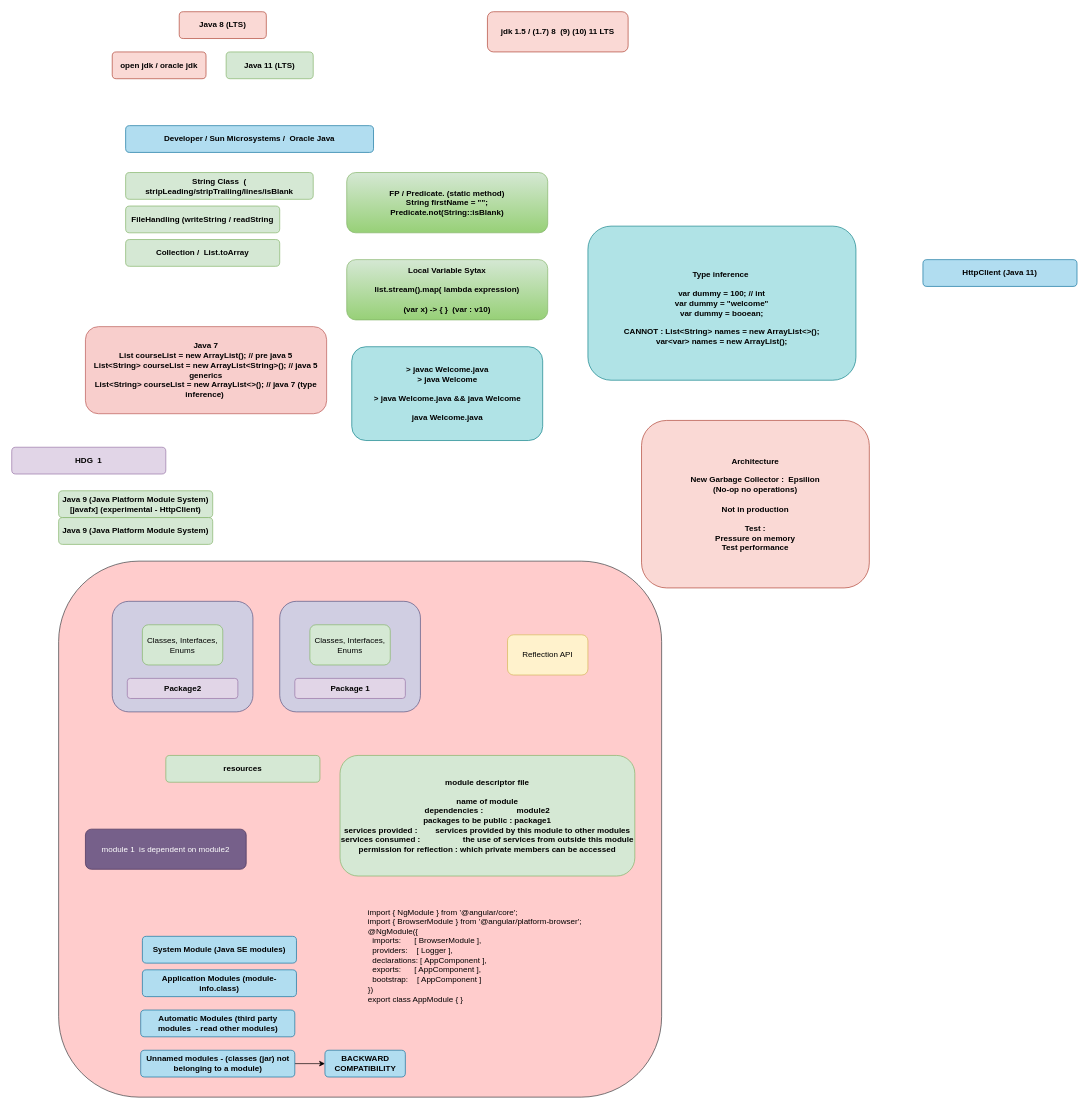
nathub071122/natGIT keeps this draw.io diagram as page "Java 11" (4 of 4) of day1.drawio. Above is the earlier version. Source tidied: cells renumbered, new cells numbered last; positions are measured from the earlier drawing's top-left corner, leaving out a move shared by most shapes. Both pictures are drawn from the tidied source at 67%, with x=0, y=0 at pixel (11, 11).
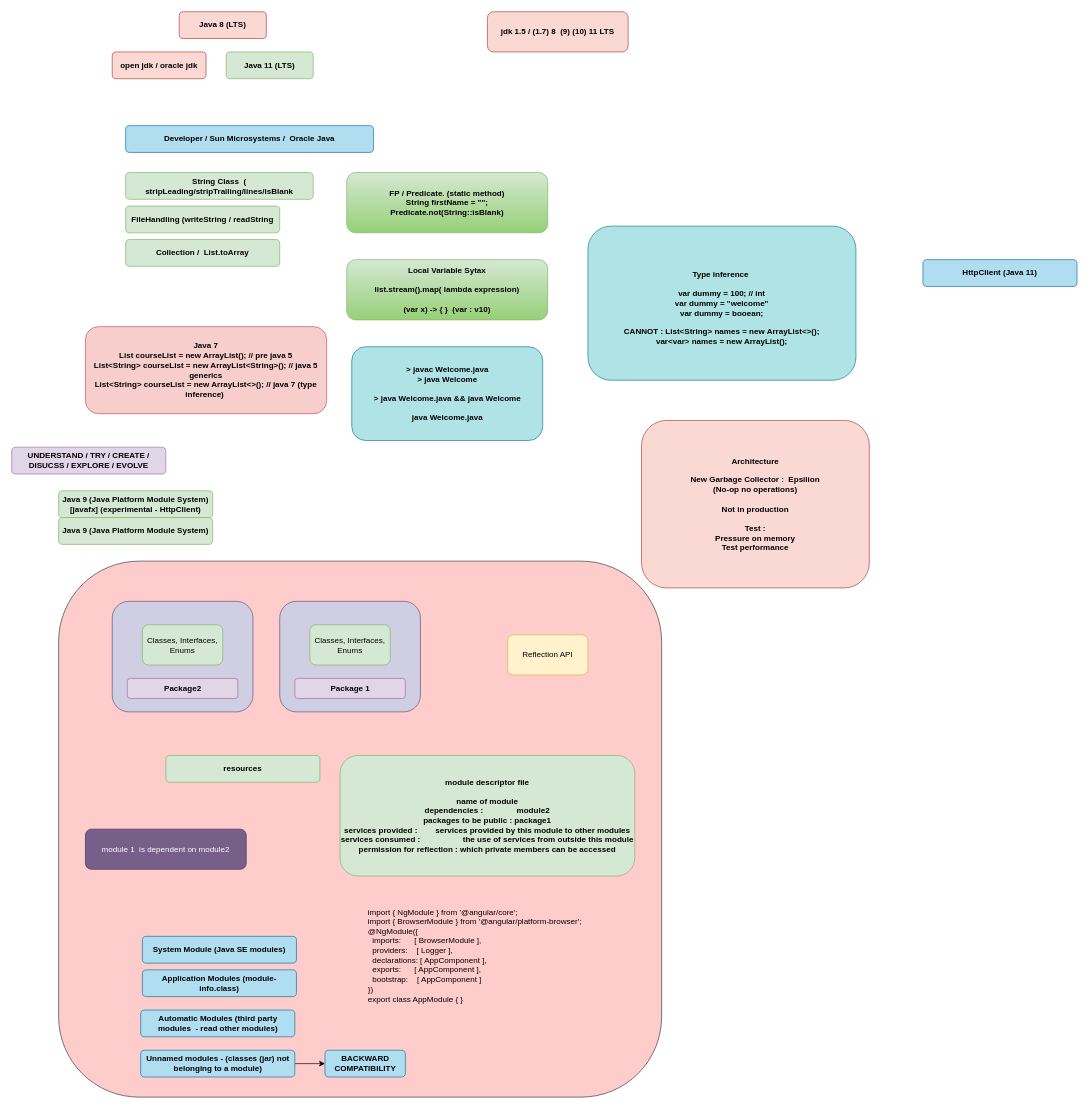
The same page after the edit.

Change to the diagram source:
```diff
@@
-    <mxCell id="37" value="HDG&amp;nbsp; 1" style="rounded=1;whiteSpace=wrap;html=1;fillColor=#e1d5e7;strokeColor=#9673a6;fontStyle=1;" parent="1" vertex="1">
+    <mxCell id="37" value="UNDERSTAND / TRY / CREATE / DISUCSS / EXPLORE / EVOLVE" style="rounded=1;whiteSpace=wrap;html=1;fillColor=#e1d5e7;strokeColor=#9673a6;fontStyle=1;" parent="1" vertex="1">
       <mxGeometry y="650" width="230" height="40" as="geometry" />
     </mxCell>
```
